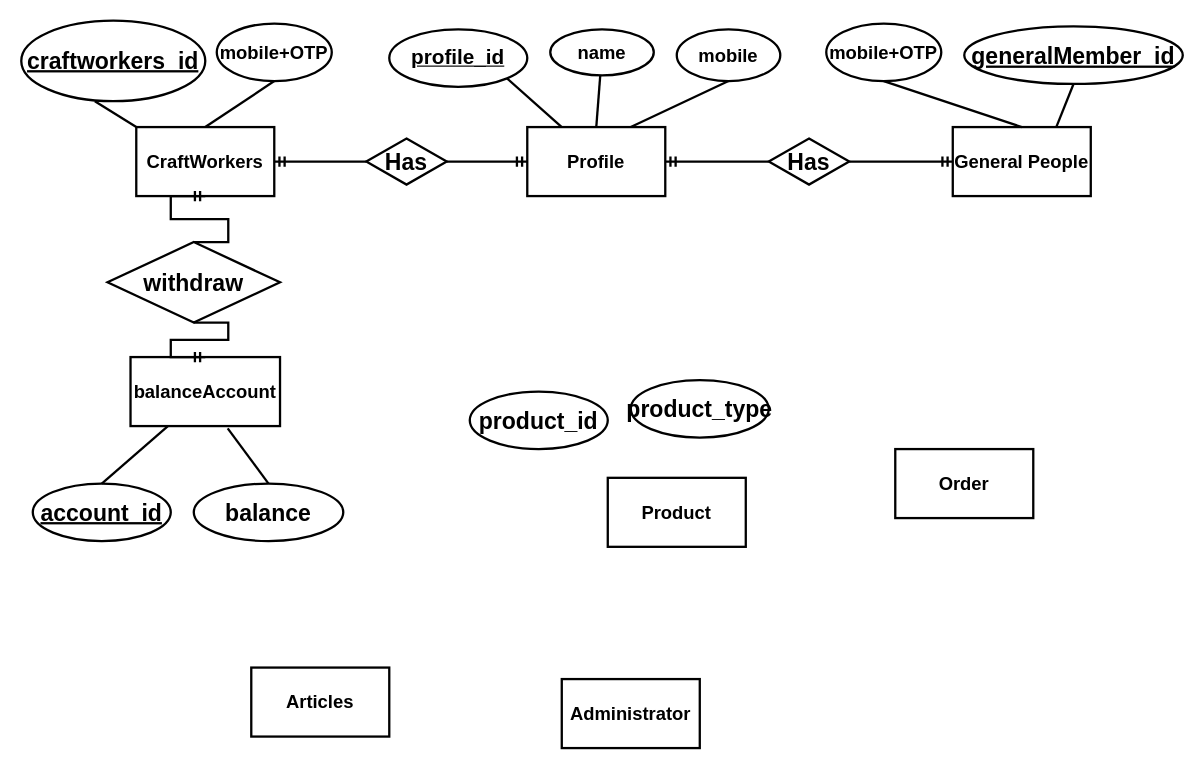
This is erd.drawio from Fatema-A-Ferdaus/se231, a draw.io file, before an edit. Source tidied: cells renumbered, new cells numbered last; positions are measured from the earlier drawing's top-left corner, leaving out a move shared by most shapes. Both pictures are drawn from the tidied source at 115%, with x=0, y=0 at pixel (21, 21).
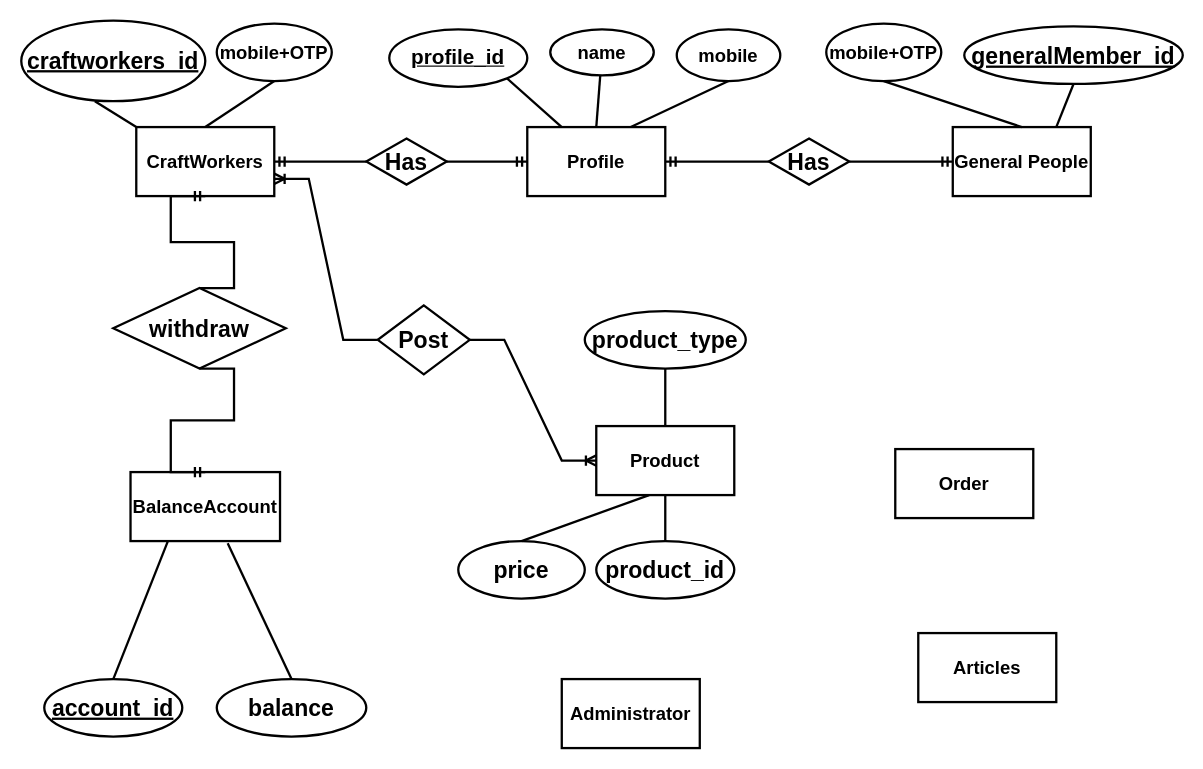
After the change.

The change refers to these unchanged cells:
```xml
<mxCell id="2" value="&lt;b&gt;&lt;font style=&quot;font-size: 16px&quot;&gt;CraftWorkers&lt;/font&gt;&lt;/b&gt;" style="rounded=0;whiteSpace=wrap;html=1;strokeWidth=2;" parent="1" vertex="1">
  <mxGeometry x="100" y="92" width="120" height="60" as="geometry" />
</mxCell>
```

The edit, as a diff of the source:
```diff
@@
     <mxCell id="5" value="&lt;b&gt;Articles&lt;/b&gt;" style="rounded=0;whiteSpace=wrap;html=1;fontSize=16;strokeWidth=2;" parent="1" vertex="1">
-      <mxGeometry x="200" y="562" width="120" height="60" as="geometry" />
+      <mxGeometry x="780" y="532" width="120" height="60" as="geometry" />
     </mxCell>
     <mxCell id="6" value="&lt;b&gt;Product&lt;/b&gt;" style="rounded=0;whiteSpace=wrap;html=1;fontSize=16;strokeWidth=2;" parent="1" vertex="1">
-      <mxGeometry x="510" y="397" width="120" height="60" as="geometry" />
+      <mxGeometry x="500" y="352" width="120" height="60" as="geometry" />
     </mxCell>
-    <mxCell id="7" value="&lt;b&gt;balanceAccount&lt;/b&gt;" style="rounded=0;whiteSpace=wrap;html=1;fontSize=16;strokeWidth=2;" parent="1" vertex="1">
-      <mxGeometry x="95" y="292" width="130" height="60" as="geometry" />
+    <mxCell id="7" value="&lt;b&gt;BalanceAccount&lt;/b&gt;" style="rounded=0;whiteSpace=wrap;html=1;fontSize=16;strokeWidth=2;" parent="1" vertex="1">
+      <mxGeometry x="95" y="392" width="130" height="60" as="geometry" />
     </mxCell>
@@
     <mxCell id="24" value="&lt;u&gt;&lt;b&gt;account_id&lt;/b&gt;&lt;/u&gt;" style="ellipse;whiteSpace=wrap;html=1;fontSize=20;strokeWidth=2;" parent="1" vertex="1">
-      <mxGeometry x="10" y="402" width="120" height="50" as="geometry" />
+      <mxGeometry x="20" y="572" width="120" height="50" as="geometry" />
     </mxCell>
     <mxCell id="25" value="&lt;b&gt;balance&lt;/b&gt;" style="ellipse;whiteSpace=wrap;html=1;fontSize=20;strokeWidth=2;" parent="1" vertex="1">
-      <mxGeometry x="150" y="402" width="130" height="50" as="geometry" />
+      <mxGeometry x="170" y="572" width="130" height="50" as="geometry" />
     </mxCell>
@@
     <mxCell id="35" value="&lt;b&gt;withdraw&lt;/b&gt;" style="rhombus;whiteSpace=wrap;html=1;fontSize=20;strokeWidth=2;" parent="1" vertex="1">
-      <mxGeometry x="75" y="192" width="150" height="70" as="geometry" />
+      <mxGeometry x="80" y="232" width="150" height="70" as="geometry" />
     </mxCell>
@@
     <mxCell id="37" value="&lt;b&gt;product_id&lt;/b&gt;" style="ellipse;whiteSpace=wrap;html=1;fontSize=20;strokeWidth=2;" parent="1" vertex="1">
-      <mxGeometry x="390" y="322" width="120" height="50" as="geometry" />
+      <mxGeometry x="500" y="452" width="120" height="50" as="geometry" />
     </mxCell>
     <mxCell id="38" value="&lt;b&gt;product_type&lt;/b&gt;" style="ellipse;whiteSpace=wrap;html=1;fontSize=20;strokeWidth=2;" parent="1" vertex="1">
-      <mxGeometry x="530" y="312" width="120" height="50" as="geometry" />
+      <mxGeometry x="490" y="252" width="140" height="50" as="geometry" />
     </mxCell>
+    <mxCell id="39" style="endArrow=none;html=1;rounded=0;fontSize=20;strokeWidth=2;entryX=0.5;entryY=1;entryDx=0;entryDy=0;exitX=0.5;exitY=0;exitDx=0;exitDy=0;" parent="1" edge="1" source="6" target="38">
+      <mxGeometry relative="1" as="geometry" />
+    </mxCell>
+    <mxCell id="40" style="endArrow=none;html=1;rounded=0;fontSize=20;strokeWidth=2;exitX=0.5;exitY=0;exitDx=0;exitDy=0;entryX=0.5;entryY=1;entryDx=0;entryDy=0;" parent="1" edge="1" source="37" target="6">
+      <mxGeometry relative="1" as="geometry" />
+    </mxCell>
+    <mxCell id="41" style="edgeStyle=entityRelationEdgeStyle;fontSize=12;html=1;endArrow=ERoneToMany;startArrow=none;rounded=0;strokeWidth=2;entryX=1;entryY=0.75;entryDx=0;entryDy=0;exitX=0;exitY=0.5;exitDx=0;exitDy=0;" parent="1" edge="1" source="42" target="2">
+      <mxGeometry relative="1" as="geometry" />
+    </mxCell>
+    <mxCell id="42" value="&lt;b&gt;Post&lt;/b&gt;" style="rhombus;whiteSpace=wrap;html=1;fontSize=20;strokeWidth=2;" parent="1" vertex="1">
+      <mxGeometry x="310" y="247" width="80" height="60" as="geometry" />
+    </mxCell>
+    <mxCell id="43" style="edgeStyle=entityRelationEdgeStyle;fontSize=12;html=1;endArrow=none;startArrow=ERoneToMany;rounded=0;strokeWidth=2;entryX=1;entryY=0.5;entryDx=0;entryDy=0;exitX=0;exitY=0.5;exitDx=0;exitDy=0;" parent="1" edge="1" source="6" target="42">
+      <mxGeometry relative="1" as="geometry" />
+    </mxCell>
+    <mxCell id="44" value="&lt;b&gt;price&lt;/b&gt;" style="ellipse;whiteSpace=wrap;html=1;fontSize=20;strokeWidth=2;" parent="1" vertex="1">
+      <mxGeometry x="380" y="452" width="110" height="50" as="geometry" />
+    </mxCell>
+    <mxCell id="45" style="endArrow=none;html=1;rounded=0;fontSize=20;strokeWidth=2;entryX=0.383;entryY=1;entryDx=0;entryDy=0;entryPerimeter=0;exitX=0.5;exitY=0;exitDx=0;exitDy=0;" parent="1" edge="1" source="44" target="6">
+      <mxGeometry relative="1" as="geometry" />
+    </mxCell>
```
